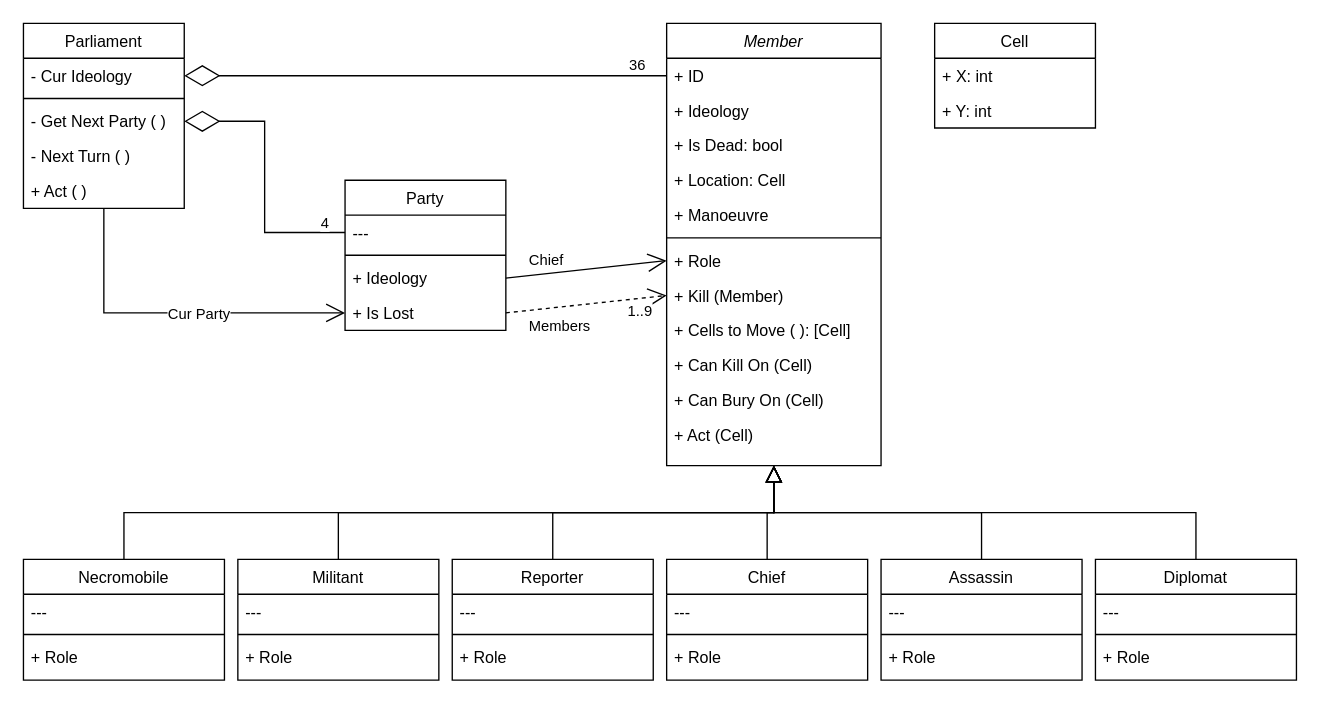
Earlier version of the draw.io diagram page "Models" (2 of 3) of docs/djambi.drawio (mabdelaal86/djambi). Source tidied: cells renumbered, new cells numbered last; positions are measured from the earlier drawing's top-left corner, leaving out a move shared by most shapes. Both pictures are drawn from the tidied source at 134%, with x=0, y=0 at pixel (23, 23).
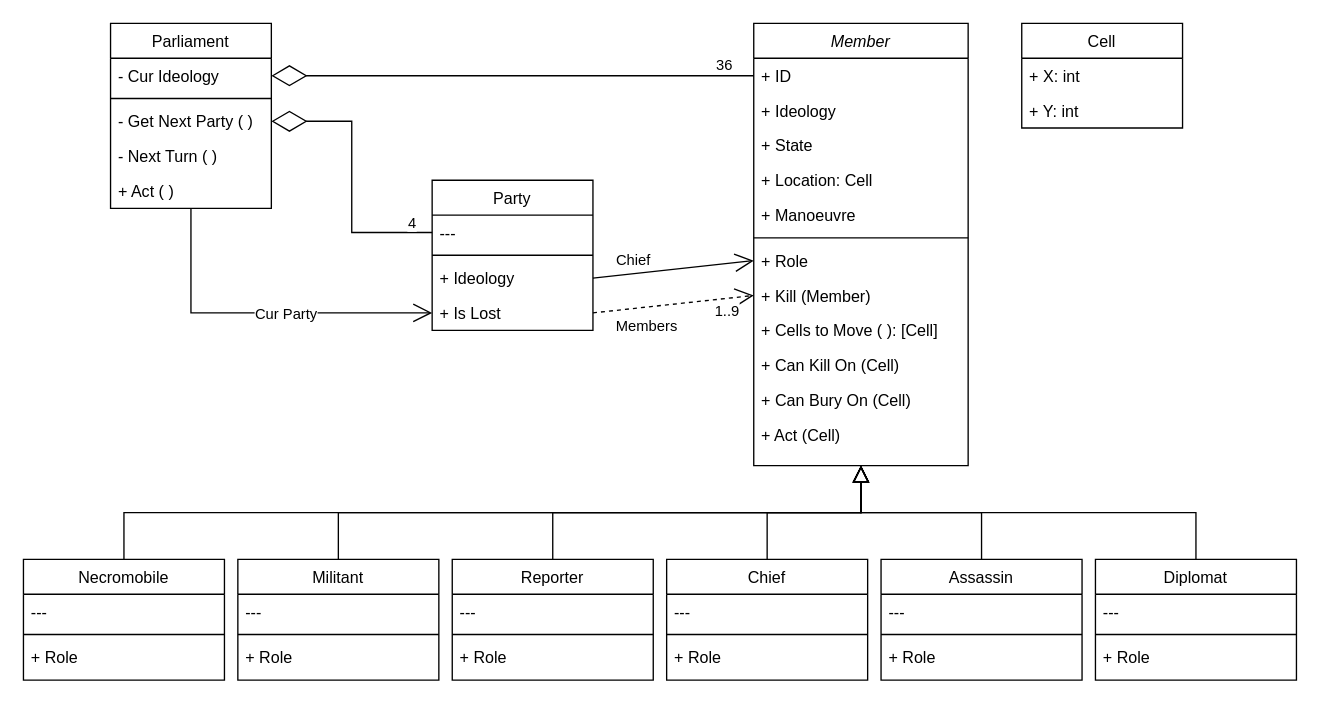
Above is the later version.

What changed in the source:
```diff
@@
     <mxCell id="2" value="Member" style="swimlane;fontStyle=2;align=center;verticalAlign=top;horizontal=1;startSize=26;rounded=0;shadow=0;strokeWidth=1;" parent="1" vertex="1">
-      <mxGeometry x="480" width="160" height="330" as="geometry" />
+      <mxGeometry x="545" width="160" height="330" as="geometry" />
     </mxCell>
@@
-    <mxCell id="5" value="+ Is Dead: bool" style="text;strokeColor=none;fillColor=none;align=left;verticalAlign=top;spacingLeft=4;spacingRight=4;overflow=hidden;" parent="2" vertex="1">
+    <mxCell id="5" value="+ State" style="text;strokeColor=none;fillColor=none;align=left;verticalAlign=top;spacingLeft=4;spacingRight=4;overflow=hidden;" parent="2" vertex="1">
       <mxGeometry y="78" width="160" height="26" as="geometry" />
     </mxCell>
@@
     <mxCell id="21" value="Party" style="swimlane;fontStyle=0;align=center;verticalAlign=top;horizontal=1;startSize=26;rounded=0;shadow=0;strokeWidth=1;" parent="1" vertex="1">
-      <mxGeometry x="240" y="117" width="120" height="112" as="geometry" />
+      <mxGeometry x="305" y="117" width="120" height="112" as="geometry" />
     </mxCell>
@@
     <mxCell id="29" value="Parliament" style="swimlane;fontStyle=0;horizontal=1;startSize=26;fillColor=none;" parent="1" vertex="1">
-      <mxGeometry width="120" height="138" as="geometry" />
+      <mxGeometry x="65" width="120" height="138" as="geometry" />
     </mxCell>
@@
     <mxCell id="35" value="Cell" style="swimlane;fontStyle=0;horizontal=1;startSize=26;fillColor=none;" parent="1" vertex="1">
-      <mxGeometry x="680" width="120" height="78" as="geometry" />
+      <mxGeometry x="745" width="120" height="78" as="geometry" />
     </mxCell>
```
